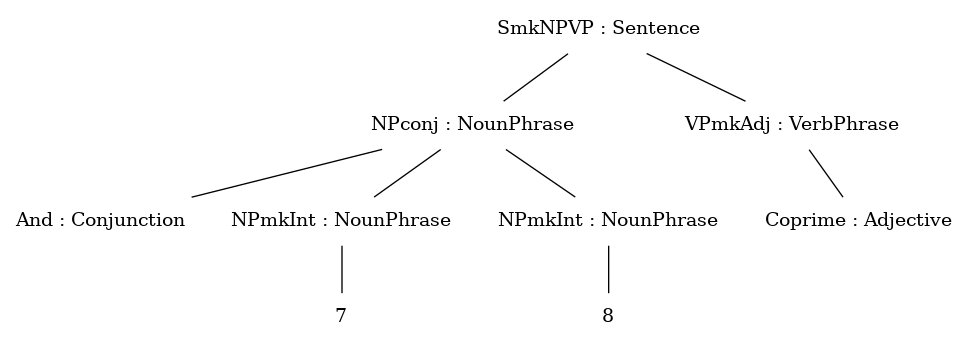
This is ast.png from pkshashank/Winter, a Graphviz export, as it was before one commit. Its source is kept beside it as ast.dot.
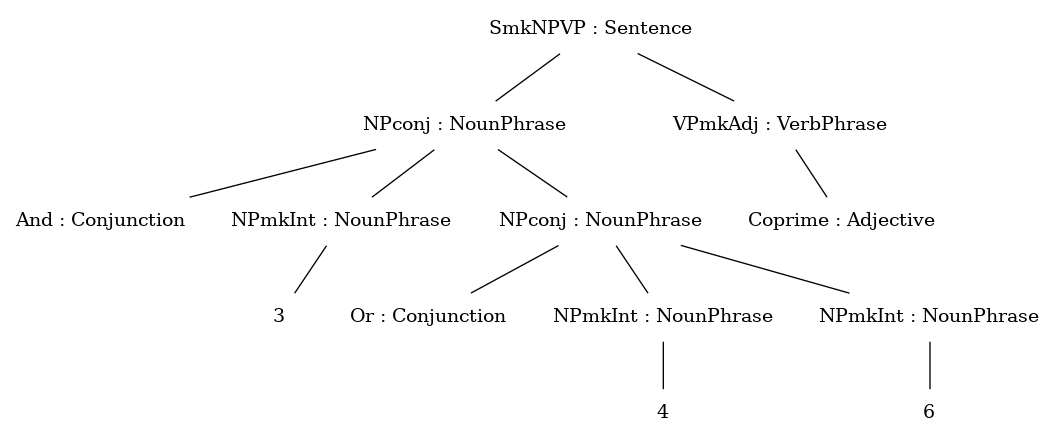
After the change.

The edit, as a diff of the source:
```diff
@@ -6,12 +6,20 @@
 n0_0 -- n0_0_0 [style = "solid"];
 n1_0_0[label = "NPmkInt : NounPhrase", style = "solid", shape = "plaintext"] ;
 n0_0 -- n1_0_0 [style = "solid"];
-n0_1_0_0[label = "7", style = "solid", shape = "plaintext"] ;
+n0_1_0_0[label = "3", style = "solid", shape = "plaintext"] ;
 n1_0_0 -- n0_1_0_0 [style = "solid"];
-n2_0_0[label = "NPmkInt : NounPhrase", style = "solid", shape = "plaintext"] ;
+n2_0_0[label = "NPconj : NounPhrase", style = "solid", shape = "plaintext"] ;
 n0_0 -- n2_0_0 [style = "solid"];
-n0_2_0_0[label = "8", style = "solid", shape = "plaintext"] ;
+n0_2_0_0[label = "Or : Conjunction", style = "solid", shape = "plaintext"] ;
 n2_0_0 -- n0_2_0_0 [style = "solid"];
+n1_2_0_0[label = "NPmkInt : NounPhrase", style = "solid", shape = "plaintext"] ;
+n2_0_0 -- n1_2_0_0 [style = "solid"];
+n0_1_2_0_0[label = "4", style = "solid", shape = "plaintext"] ;
+n1_2_0_0 -- n0_1_2_0_0 [style = "solid"];
+n2_2_0_0[label = "NPmkInt : NounPhrase", style = "solid", shape = "plaintext"] ;
+n2_0_0 -- n2_2_0_0 [style = "solid"];
+n0_2_2_0_0[label = "6", style = "solid", shape = "plaintext"] ;
+n2_2_0_0 -- n0_2_2_0_0 [style = "solid"];
 n1_0[label = "VPmkAdj : VerbPhrase", style = "solid", shape = "plaintext"] ;
 n0 -- n1_0 [style = "solid"];
 n0_1_0[label = "Coprime : Adjective", style = "solid", shape = "plaintext"] ;
```
